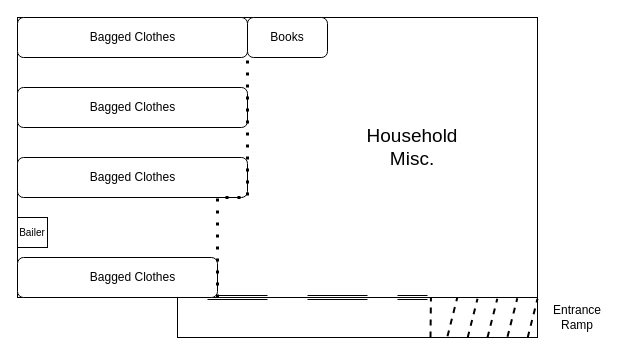
evanpaddock/Selma_Roots keeps this draw.io diagram as page "Warehouse" (3 of 3) of selma_roots_diagrams.drawio. Above is the earlier version. Source tidied: cells renumbered, new cells numbered last; positions are measured from the earlier drawing's top-left corner, leaving out a move shared by most shapes. Both pictures are drawn from the tidied source at 100%, with x=0, y=0 at pixel (17, 17).
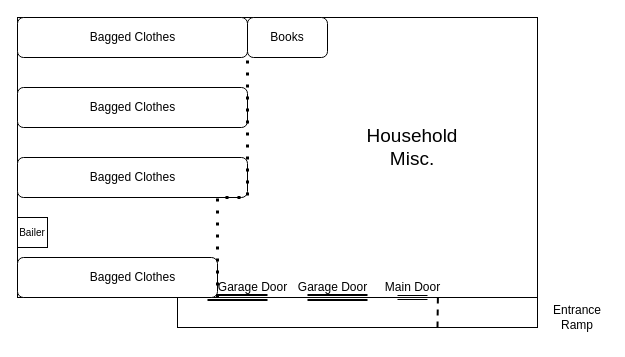
Above is the later version.

Diff of the diagram source:
```diff
@@
     <mxCell id="3" style="rounded=0;whiteSpace=wrap;html=1;" parent="1" vertex="1">
-      <mxGeometry x="160" y="280" width="360" height="40" as="geometry" />
+      <mxGeometry x="160" y="280" width="360" height="30" as="geometry" />
     </mxCell>
-    <mxCell id="4" style="endArrow=none;dashed=1;html=1;strokeWidth=2;rounded=0;entryX=0.704;entryY=0;entryDx=0;entryDy=0;entryPerimeter=0;" parent="1" edge="1" target="3">
+    <mxCell id="4" style="endArrow=none;dashed=1;html=1;strokeWidth=2;rounded=0;entryX=0.704;entryY=0;entryDx=0;entryDy=0;entryPerimeter=0;" parent="1" edge="1">
       <mxGeometry relative="1" as="geometry">
-        <mxPoint x="413" y="320" as="sourcePoint" />
+        <mxPoint x="420" y="310" as="sourcePoint" />
+        <mxPoint x="420.4" y="280" as="targetPoint" />
       </mxGeometry>
     </mxCell>
-    <mxCell id="5" style="endArrow=none;dashed=1;html=1;strokeWidth=2;rounded=0;entryX=0.704;entryY=0;entryDx=0;entryDy=0;entryPerimeter=0;exitX=0.731;exitY=0.967;exitDx=0;exitDy=0;exitPerimeter=0;" parent="1" edge="1">
-      <mxGeometry relative="1" as="geometry">
-        <mxPoint x="430" y="318.7" as="sourcePoint" />
-        <mxPoint x="439.8" y="280" as="targetPoint" />
-      </mxGeometry>
-    </mxCell>
-    <mxCell id="6" style="shape=link;html=1;rounded=0;" parent="1" edge="1">
+    <mxCell id="6" style="shape=link;html=1;rounded=0;strokeWidth=2;" parent="1" edge="1">
       <mxGeometry relative="1" as="geometry">
         <mxPoint x="190" y="280" as="sourcePoint" />
         <mxPoint x="250" y="280" as="targetPoint" />
       </mxGeometry>
     </mxCell>
-    <mxCell id="7" style="shape=link;html=1;rounded=0;" parent="1" edge="1">
+    <mxCell id="7" style="shape=link;html=1;rounded=0;strokeWidth=2;" parent="1" edge="1">
       <mxGeometry relative="1" as="geometry">
         <mxPoint x="290" y="280" as="sourcePoint" />
         <mxPoint x="350" y="280" as="targetPoint" />
       </mxGeometry>
     </mxCell>
-    <mxCell id="8" style="shape=link;html=1;rounded=0;" parent="1" edge="1">
+    <mxCell id="8" style="shape=link;html=1;rounded=0;strokeWidth=1;" parent="1" edge="1">
       <mxGeometry relative="1" as="geometry">
         <mxPoint x="380" y="280" as="sourcePoint" />
         <mxPoint x="410" y="280" as="targetPoint" />
       </mxGeometry>
     </mxCell>
@@
-    <mxCell id="24" style="endArrow=none;dashed=1;html=1;strokeWidth=2;rounded=0;entryX=0.704;entryY=0;entryDx=0;entryDy=0;entryPerimeter=0;exitX=0.731;exitY=0.967;exitDx=0;exitDy=0;exitPerimeter=0;" parent="1" edge="1">
-      <mxGeometry relative="1" as="geometry">
-        <mxPoint x="450.2" y="320" as="sourcePoint" />
-        <mxPoint x="460" y="281.3" as="targetPoint" />
-      </mxGeometry>
-    </mxCell>
-    <mxCell id="25" style="endArrow=none;dashed=1;html=1;strokeWidth=2;rounded=0;entryX=0.704;entryY=0;entryDx=0;entryDy=0;entryPerimeter=0;exitX=0.731;exitY=0.967;exitDx=0;exitDy=0;exitPerimeter=0;" parent="1" edge="1">
-      <mxGeometry relative="1" as="geometry">
-        <mxPoint x="470" y="320" as="sourcePoint" />
-        <mxPoint x="479.8" y="281.3" as="targetPoint" />
-      </mxGeometry>
-    </mxCell>
-    <mxCell id="26" style="endArrow=none;dashed=1;html=1;strokeWidth=2;rounded=0;entryX=0.704;entryY=0;entryDx=0;entryDy=0;entryPerimeter=0;exitX=0.731;exitY=0.967;exitDx=0;exitDy=0;exitPerimeter=0;" parent="1" edge="1">
-      <mxGeometry relative="1" as="geometry">
-        <mxPoint x="490" y="319.3" as="sourcePoint" />
-        <mxPoint x="499.8" y="280.7" as="targetPoint" />
-      </mxGeometry>
-    </mxCell>
-    <mxCell id="27" style="endArrow=none;dashed=1;html=1;strokeWidth=2;rounded=0;entryX=0.704;entryY=0;entryDx=0;entryDy=0;entryPerimeter=0;exitX=0.731;exitY=0.967;exitDx=0;exitDy=0;exitPerimeter=0;" parent="1" edge="1">
-      <mxGeometry relative="1" as="geometry">
-        <mxPoint x="510.2" y="320" as="sourcePoint" />
-        <mxPoint x="520" y="281.3" as="targetPoint" />
-      </mxGeometry>
-    </mxCell>
+    <mxCell id="28" value="Garage Door" style="text;html=1;align=center;verticalAlign=middle;strokeColor=none;fillColor=none;" parent="1" vertex="1">
+      <mxGeometry x="190" y="255" width="90" height="30" as="geometry" />
+    </mxCell>
+    <mxCell id="29" value="Garage Door" style="text;html=1;align=center;verticalAlign=middle;strokeColor=none;fillColor=none;" parent="1" vertex="1">
+      <mxGeometry x="270" y="255" width="90" height="30" as="geometry" />
+    </mxCell>
+    <mxCell id="30" value="Main Door" style="text;html=1;align=center;verticalAlign=middle;strokeColor=none;fillColor=none;" parent="1" vertex="1">
+      <mxGeometry x="355" y="255" width="80" height="30" as="geometry" />
+    </mxCell>
```
